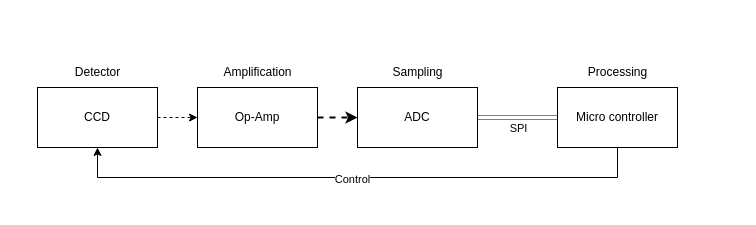
Before: charts/electronics.drawio in sesimo/monorepo, a draw.io diagram. Source tidied: cells renumbered, new cells numbered last; positions are measured from the earlier drawing's top-left corner, leaving out a move shared by most shapes. Both pictures are drawn from the tidied source at 100%, with x=0, y=0 at pixel (37, 57).
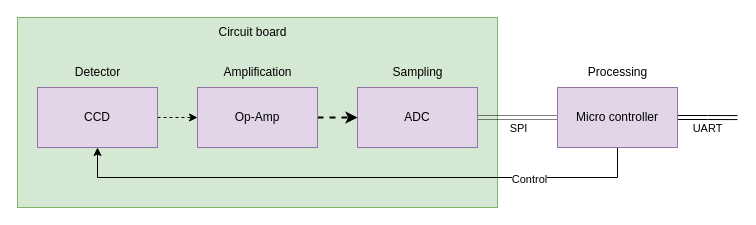
The same diagram, later.

The change refers to these unchanged cells:
```xml
<mxCell id="9" style="edgeStyle=orthogonalEdgeStyle;rounded=0;jettySize=auto;html=1;entryX=0.5;entryY=1;entryDx=0;entryDy=0;" parent="1" edge="1" source="11" target="3">
  <mxGeometry relative="1" as="geometry">
    <Array as="points">
      <mxPoint x="580" y="120" />
      <mxPoint x="60" y="120" />
    </Array>
  </mxGeometry>
</mxCell>
```

The edit, as a diff of the source:
```diff
@@
+    <mxCell id="16" style="rounded=0;whiteSpace=wrap;html=1;fillColor=#d5e8d4;strokeColor=#82b366;" parent="1" vertex="1">
+      <mxGeometry x="-20" y="-40" width="480" height="190" as="geometry" />
+    </mxCell>
@@
-    <mxCell id="3" value="&lt;div&gt;CCD&lt;/div&gt;" style="whiteSpace=wrap;html=1;" parent="1" vertex="1">
+    <mxCell id="3" value="&lt;div&gt;CCD&lt;/div&gt;" style="whiteSpace=wrap;html=1;fillColor=#e1d5e7;strokeColor=#9673a6;" parent="1" vertex="1">
       <mxGeometry y="30" width="120" height="60" as="geometry" />
     </mxCell>
@@
-    <mxCell id="5" value="&lt;div&gt;Op-Amp&lt;/div&gt;" style="whiteSpace=wrap;html=1;" parent="1" vertex="1">
+    <mxCell id="5" value="&lt;div&gt;Op-Amp&lt;/div&gt;" style="whiteSpace=wrap;html=1;fillColor=#e1d5e7;strokeColor=#9673a6;" parent="1" vertex="1">
       <mxGeometry x="160" y="30" width="120" height="60" as="geometry" />
     </mxCell>
@@
-    <mxCell id="8" value="&lt;div&gt;ADC&lt;/div&gt;" style="whiteSpace=wrap;html=1;" parent="1" vertex="1">
+    <mxCell id="8" value="&lt;div&gt;ADC&lt;/div&gt;" style="whiteSpace=wrap;html=1;fillColor=#e1d5e7;strokeColor=#9673a6;" parent="1" vertex="1">
       <mxGeometry x="320" y="30" width="120" height="60" as="geometry" />
     </mxCell>
@@
     <mxCell id="10" value="Control" style="edgeLabel;html=1;align=center;verticalAlign=middle;" parent="9" vertex="1">
-      <mxGeometry x="0.02" y="1" relative="1" as="geometry" />
+      <mxGeometry x="0.02" y="1" relative="1" as="geometry">
+        <mxPoint x="177" as="offset" />
+      </mxGeometry>
     </mxCell>
+    <mxCell id="17" style="edgeStyle=orthogonalEdgeStyle;rounded=0;jettySize=auto;html=1;exitX=1;exitY=0.5;exitDx=0;exitDy=0;shape=link;" parent="1" edge="1" source="11">
+      <mxGeometry relative="1" as="geometry">
+        <mxPoint x="700" y="60.1" as="targetPoint" />
+      </mxGeometry>
+    </mxCell>
+    <mxCell id="18" value="UART" style="edgeLabel;html=1;align=center;verticalAlign=middle;" parent="17" vertex="1">
+      <mxGeometry x="0.39" y="3" relative="1" as="geometry">
+        <mxPoint x="-12" y="13" as="offset" />
+      </mxGeometry>
+    </mxCell>
-    <mxCell id="11" value="&lt;div&gt;Micro controller&lt;/div&gt;" style="whiteSpace=wrap;html=1;" parent="1" vertex="1">
+    <mxCell id="11" value="&lt;div&gt;Micro controller&lt;/div&gt;" style="whiteSpace=wrap;html=1;fillColor=#e1d5e7;strokeColor=#9673a6;" parent="1" vertex="1">
       <mxGeometry x="520" y="30" width="120" height="60" as="geometry" />
     </mxCell>
@@
+    <mxCell id="19" value="Circuit board" style="text;html=1;align=center;verticalAlign=middle;strokeColor=none;fillColor=none;" parent="1" vertex="1">
+      <mxGeometry x="170" y="-40" width="90" height="30" as="geometry" />
+    </mxCell>
```
